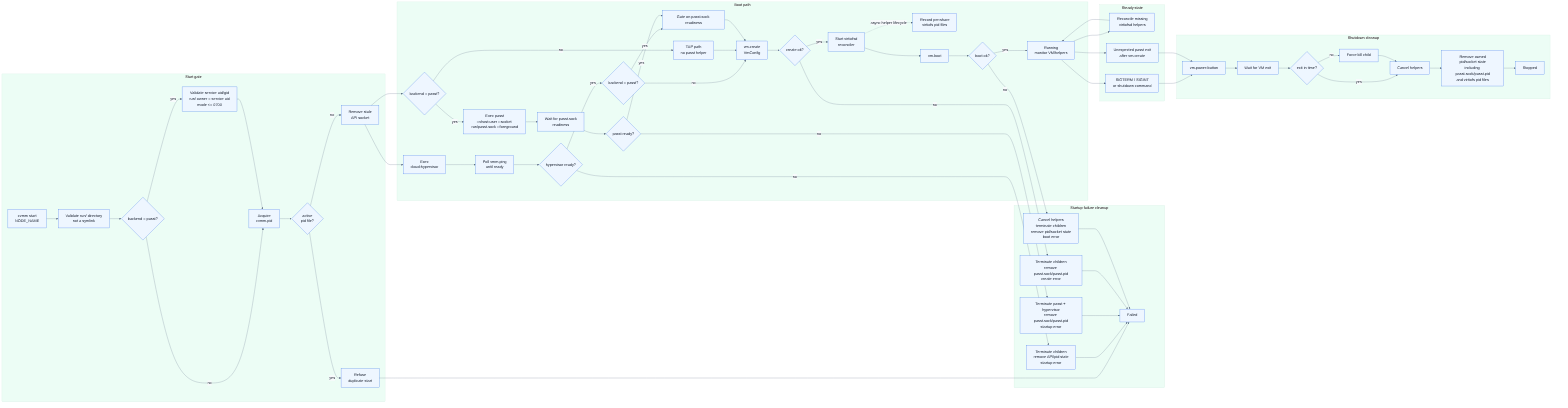
Before: docs/diagrams/process-lifecycle-cleanup.png, a diagram exported from Mermaid (spi-ca/cvmm). Its source is kept beside it as docs/diagrams/process-lifecycle-cleanup.mmd.
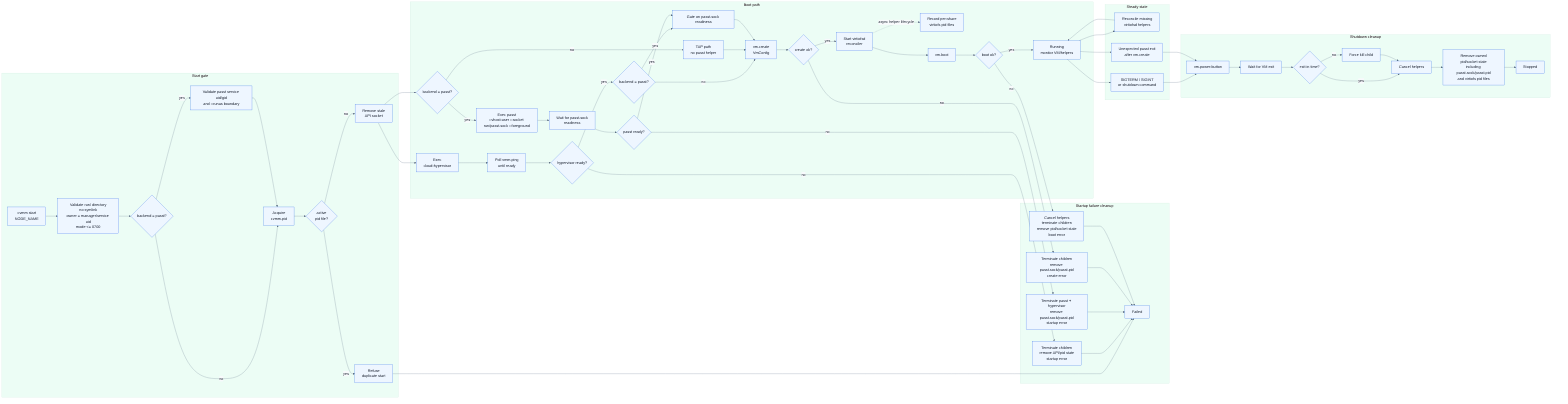
Above is the later version.

Change to the diagram source:
```diff
@@ -1,10 +1,10 @@
 flowchart LR
     subgraph startPhase["Start gate"]
-        start["cvmm start\nNODE_NAME"] --> runtimeDir["Validate run/ directory\nnot a symlink"]
+        start["cvmm start\nNODE_NAME"] --> runtimeDir["Validate run/ directory\nno symlink\nowner = manager/service uid\nmode <= 0700"]
         runtimeDir --> runCheck{"backend = passt?"}
-        runCheck -- yes --> runPerm["Validate service uid/gid\nrun/ owner = service uid\nmode <= 0700"]
+        runCheck -- yes --> passtIdentity["Validate passt service uid/gid\nand --runas boundary"]
         runCheck -- no --> pid["Acquire\ncvmm.pid"]
-        runPerm --> pid
+        passtIdentity --> pid
         pid --> active{"active\npid file?"}
         active -- yes --> duplicate["Refuse\nduplicate start"]
         active -- no --> stale["Remove stale\nAPI socket"]
```
